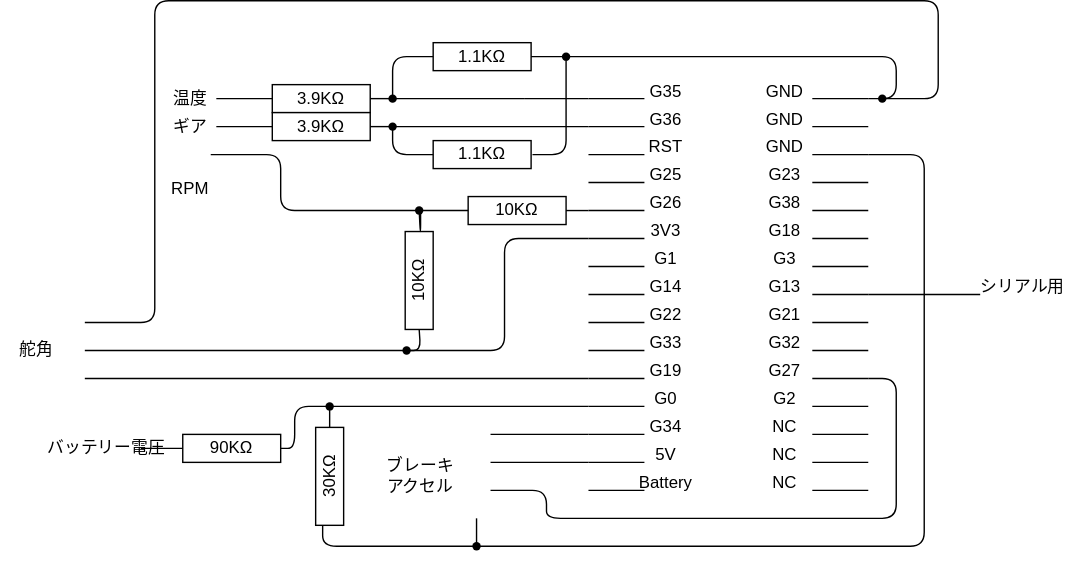
nextfp/Data-Logger keeps this draw.io diagram as circuit/board.drawio.svg. Above is the earlier version. Source tidied: cells renumbered, new cells last; positions are measured from the earlier drawing's top-left corner, leaving out a move shared by most shapes.
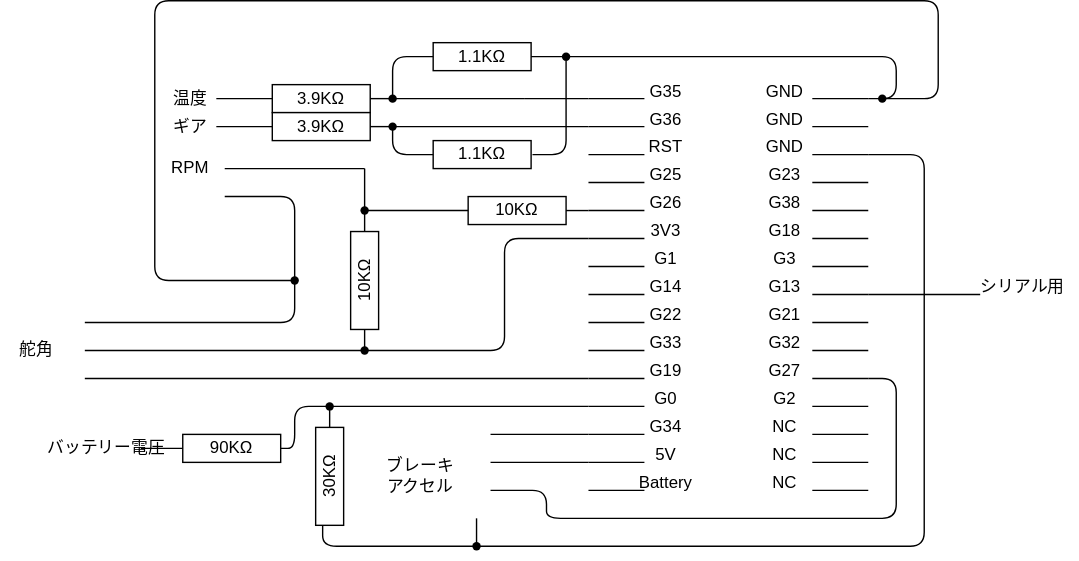
After the change.

Commit message:
fix: マイコンのマイナスとマシンのマイナスが合わず、正しく電圧が計測できない問題を修正

The edit, as a diff of the source:
```diff
@@ -275,12 +275,12 @@
     <mxCell id="62" style="endArrow=none;html=1;" parent="1" edge="1">
       <mxGeometry relative="1" as="geometry">
         <mxPoint x="630" y="70" as="sourcePoint" />
-        <mxPoint x="60" y="230" as="targetPoint" />
+        <mxPoint x="210" y="200" as="targetPoint" />
         <Array as="points">
           <mxPoint x="670" y="70" />
           <mxPoint x="670" />
           <mxPoint x="110" />
-          <mxPoint x="110" y="230" />
+          <mxPoint x="110" y="200" />
         </Array>
       </mxGeometry>
     </mxCell>
@@ -351,34 +351,13 @@
       </mxGeometry>
     </mxCell>
     <mxCell id="75" value="10KΩ" style="rounded=0;whiteSpace=wrap;html=1;rotation=-90;" parent="1" vertex="1">
-      <mxGeometry x="264" y="190" width="70" height="20" as="geometry" />
+      <mxGeometry x="225" y="190" width="70" height="20" as="geometry" />
     </mxCell>
-    <mxCell id="76" style="endArrow=none;html=1;entryX=0;entryY=0.5;entryDx=0;entryDy=0;" parent="1" edge="1" target="72">
-      <mxGeometry relative="1" as="geometry">
-        <mxPoint x="150" y="110" as="sourcePoint" />
-        <Array as="points">
-          <mxPoint x="200" y="110" />
-          <mxPoint x="200" y="150" />
-        </Array>
-      </mxGeometry>
-    </mxCell>
-    <mxCell id="77" style="endArrow=none;html=1;startArrow=none;" parent="1" edge="1" source="101">
-      <mxGeometry relative="1" as="geometry">
-        <mxPoint x="300" y="150" as="targetPoint" />
-        <Array as="points">
-          <mxPoint x="300" y="170" />
-        </Array>
-      </mxGeometry>
-    </mxCell>
     <mxCell id="78" value="RPM" style="text;html=1;align=center;verticalAlign=middle;points=[];strokeColor=none;fillColor=none;" parent="1" vertex="1">
-      <mxGeometry x="110" y="120" width="50" height="30" as="geometry" />
+      <mxGeometry x="110" y="105" width="50" height="30" as="geometry" />
     </mxCell>
     <mxCell id="79" style="endArrow=none;html=1;entryX=0;entryY=0.5;entryDx=0;entryDy=0;startArrow=none;" parent="1" edge="1" source="81" target="75">
-      <mxGeometry relative="1" as="geometry">
-        <Array as="points">
-          <mxPoint x="300" y="250" />
-        </Array>
-      </mxGeometry>
+      <mxGeometry relative="1" as="geometry" />
     </mxCell>
     <mxCell id="80" style="endArrow=none;html=1;entryX=0.351;entryY=0.478;entryDx=0;entryDy=0;entryPerimeter=0;" parent="1" edge="1" target="81">
       <mxGeometry relative="1" as="geometry">
@@ -386,7 +365,7 @@
       </mxGeometry>
     </mxCell>
     <mxCell id="81" style="shape=waypoint;sketch=0;fillStyle=solid;size=6;points=[];fillColor=none;perimeter=centerPerimeter;snapToPoint=1;" parent="1" vertex="1">
-      <mxGeometry x="280" y="240" width="20" height="20" as="geometry" />
+      <mxGeometry x="250" y="240" width="20" height="20" as="geometry" />
     </mxCell>
     <mxCell id="82" style="endArrow=none;html=1;" parent="1" edge="1">
       <mxGeometry relative="1" as="geometry">
@@ -474,14 +453,9 @@
     <mxCell id="99" value="シリアル用" style="text;html=1;align=center;verticalAlign=middle;strokeColor=none;fillColor=none;" parent="1" vertex="1">
       <mxGeometry x="690" y="190" width="80" height="30" as="geometry" />
     </mxCell>
-    <mxCell id="100" style="endArrow=none;html=1;" parent="1" edge="1" target="101">
-      <mxGeometry relative="1" as="geometry">
-        <mxPoint x="300" y="150" as="sourcePoint" />
-      </mxGeometry>
+    <mxCell id="100" style="endArrow=none;html=1;exitX=1;exitY=0.5;exitDx=0;exitDy=0;entryX=0.475;entryY=0.636;entryDx=0;entryDy=0;entryPerimeter=0;" parent="1" edge="1" source="75" target="101">
+      <mxGeometry relative="1" as="geometry" />
     </mxCell>
-    <mxCell id="101" style="shape=waypoint;sketch=0;fillStyle=solid;size=6;points=[];fillColor=none;perimeter=centerPerimeter;snapToPoint=1;" parent="1" vertex="1">
-      <mxGeometry x="289" y="140" width="20" height="20" as="geometry" />
-    </mxCell>
     <mxCell id="102" style="endArrow=none;html=1;entryX=1;entryY=0.5;entryDx=0;entryDy=0;startArrow=none;" parent="1" edge="1" source="108" target="64">
       <mxGeometry relative="1" as="geometry" />
     </mxCell>
@@ -548,5 +522,46 @@
         <mxPoint x="340" y="370" as="targetPoint" />
       </mxGeometry>
     </mxCell>
+    <mxCell id="116" style="endArrow=none;html=1;entryX=0;entryY=0.5;entryDx=0;entryDy=0;startArrow=none;" parent="1" edge="1" source="101" target="72">
+      <mxGeometry relative="1" as="geometry" />
+    </mxCell>
+    <mxCell id="117" style="endArrow=none;html=1;entryDx=0;entryDy=0;" parent="1" edge="1" target="101">
+      <mxGeometry relative="1" as="geometry">
+        <mxPoint x="260" y="150" as="sourcePoint" />
+      </mxGeometry>
+    </mxCell>
+    <mxCell id="101" style="shape=waypoint;sketch=0;fillStyle=solid;size=6;points=[];fillColor=none;perimeter=centerPerimeter;snapToPoint=1;" parent="1" vertex="1">
+      <mxGeometry x="250" y="140" width="20" height="20" as="geometry" />
+    </mxCell>
+    <mxCell id="118" style="endArrow=none;html=1;" parent="1" edge="1" source="78">
+      <mxGeometry relative="1" as="geometry">
+        <mxPoint x="260" y="120" as="targetPoint" />
+      </mxGeometry>
+    </mxCell>
+    <mxCell id="119" style="endArrow=none;html=1;" parent="1" edge="1" source="101">
+      <mxGeometry relative="1" as="geometry">
+        <mxPoint x="260" y="120" as="targetPoint" />
+      </mxGeometry>
+    </mxCell>
+    <mxCell id="120" style="shape=waypoint;sketch=0;fillStyle=solid;size=6;points=[];fillColor=none;perimeter=centerPerimeter;snapToPoint=1;" parent="1" vertex="1">
+      <mxGeometry x="200" y="190" width="20" height="20" as="geometry" />
+    </mxCell>
+    <mxCell id="121" style="endArrow=none;html=1;" parent="1" edge="1" source="120">
+      <mxGeometry relative="1" as="geometry">
+        <mxPoint x="160" y="140" as="targetPoint" />
+        <Array as="points">
+          <mxPoint x="210" y="140" />
+        </Array>
+      </mxGeometry>
+    </mxCell>
+    <mxCell id="122" style="endArrow=none;html=1;" parent="1" edge="1">
+      <mxGeometry relative="1" as="geometry">
+        <mxPoint x="60" y="230" as="sourcePoint" />
+        <mxPoint x="210" y="200" as="targetPoint" />
+        <Array as="points">
+          <mxPoint x="210" y="230" />
+        </Array>
+      </mxGeometry>
+    </mxCell>
   </root>
 </mxGraphModel>
```
